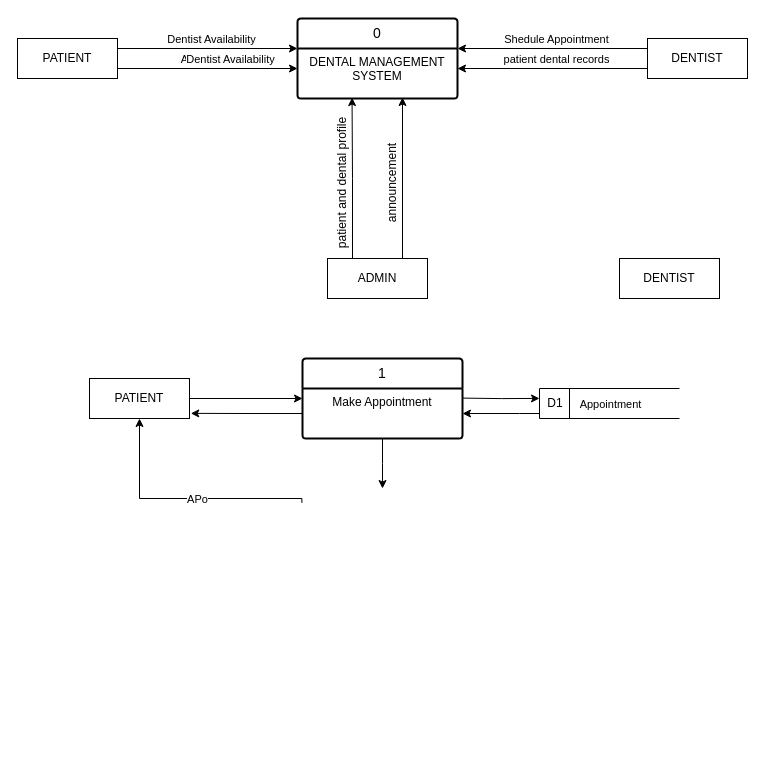
Earlier version of the draw.io diagram sem4/sd/sdtute1.drawio (maverickhewitt/notes). Source tidied: cells renumbered, new cells numbered last; positions are measured from the earlier drawing's top-left corner, leaving out a move shared by most shapes. Both pictures are drawn from the tidied source at 100%, with x=0, y=0 at pixel (17, 18).
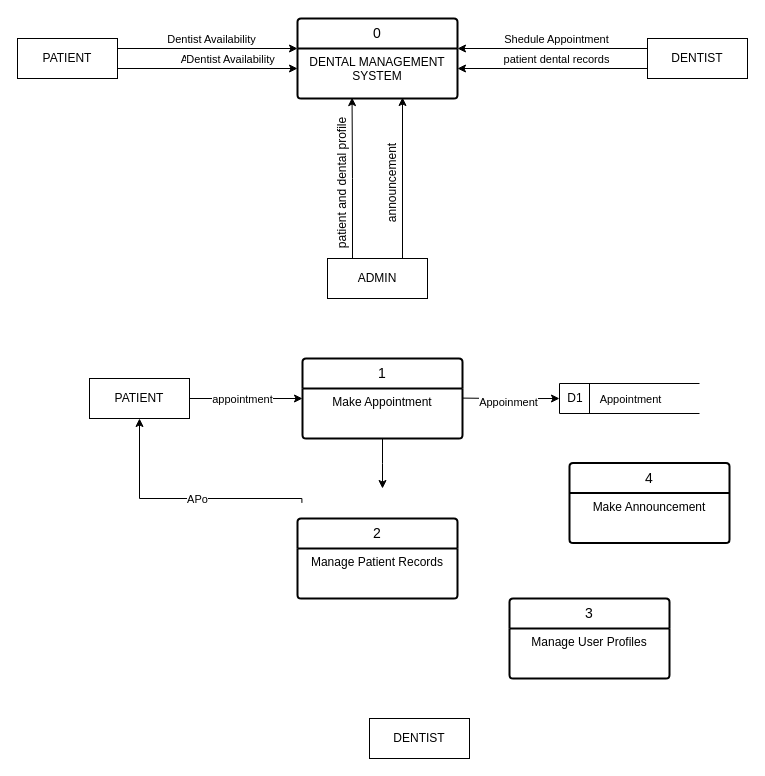
The same page after the edit.

Unchanged cells that the change refers to:
```xml
<mxCell id="19" style="edgeStyle=orthogonalEdgeStyle;rounded=0;jettySize=auto;html=1;exitX=1;exitY=0.5;exitDx=0;exitDy=0;entryX=0;entryY=0.5;entryDx=0;entryDy=0;" parent="1" edge="1" source="20" target="23">
  <mxGeometry relative="1" as="geometry" />
</mxCell>
<mxCell id="20" value="PATIENT" style="whiteSpace=wrap;html=1;align=center;" parent="1" vertex="1">
  <mxGeometry x="72" y="360" width="100" height="40" as="geometry" />
</mxCell>
<mxCell id="24" value="Make Appointment" style="align=center;strokeColor=none;fillColor=none;spacingLeft=4;spacingRight=4;fontSize=12;verticalAlign=top;html=1;whiteSpace=wrap;" parent="23" vertex="1">
  <mxGeometry y="30" width="160" height="50" as="geometry" />
</mxCell>
```

Change to the diagram source:
```diff
@@
+    <mxCell id="33" value="appointment" style="edgeLabel;html=1;align=center;verticalAlign=middle;" parent="19" vertex="1">
+      <mxGeometry x="-0.08" relative="1" as="geometry" />
+    </mxCell>
@@
     <mxCell id="21" value="DENTIST" style="whiteSpace=wrap;html=1;align=center;" parent="1" vertex="1">
-      <mxGeometry x="602" y="240" width="100" height="40" as="geometry" />
+      <mxGeometry x="352" y="700" width="100" height="40" as="geometry" />
     </mxCell>
@@
-    <mxCell id="25" style="edgeStyle=orthogonalEdgeStyle;rounded=0;jettySize=auto;html=1;entryX=1;entryY=0.5;entryDx=0;entryDy=0;" parent="1" edge="1" source="26" target="24">
-      <mxGeometry relative="1" as="geometry">
-        <Array as="points">
-          <mxPoint x="502" y="395" />
-          <mxPoint x="502" y="395" />
-        </Array>
-      </mxGeometry>
-    </mxCell>
     <mxCell id="26" value="&amp;nbsp;D1" style="html=1;dashed=0;whiteSpace=wrap;shape=mxgraph.dfd.dataStoreID;align=left;spacingLeft=3;points=[[0,0],[0.5,0],[1,0],[0,0.5],[1,0.5],[0,1],[0.5,1],[1,1]];" parent="1" vertex="1">
-      <mxGeometry x="522" y="370" width="140" height="30" as="geometry" />
+      <mxGeometry x="542" y="365" width="140" height="30" as="geometry" />
     </mxCell>
     <mxCell id="27" value="Appointment" style="edgeLabel;html=1;align=center;verticalAlign=middle;" parent="1" vertex="1">
-      <mxGeometry x="592" y="385" as="geometry" />
+      <mxGeometry x="612" y="380" as="geometry" />
     </mxCell>
-    <mxCell id="28" style="edgeStyle=orthogonalEdgeStyle;rounded=0;orthogonalLoop=1;jettySize=auto;html=1;exitX=1;exitY=0;exitDx=0;exitDy=0;entryX=-0.001;entryY=0.175;entryDx=0;entryDy=0;entryPerimeter=0;" parent="1" edge="1">
+    <mxCell id="28" style="edgeStyle=orthogonalEdgeStyle;rounded=0;jettySize=auto;html=1;exitX=1;exitY=0;exitDx=0;exitDy=0;entryX=0;entryY=0.5;entryDx=0;entryDy=0;" parent="1" edge="1" target="26">
       <mxGeometry relative="1" as="geometry">
         <mxPoint x="445.1" y="379.6" as="sourcePoint" />
-        <mxPoint x="522" y="379.9" as="targetPoint" />
       </mxGeometry>
     </mxCell>
+    <mxCell id="34" value="Appoinment" style="edgeLabel;html=1;align=center;verticalAlign=middle;" parent="28" vertex="1">
+      <mxGeometry x="-0.08" y="-3" relative="1" as="geometry" />
+    </mxCell>
@@
-    <mxCell id="30" style="edgeStyle=orthogonalEdgeStyle;rounded=0;jettySize=auto;html=1;entryX=1.013;entryY=0.872;entryDx=0;entryDy=0;entryPerimeter=0;" parent="1" edge="1" source="24" target="20">
-      <mxGeometry relative="1" as="geometry" />
-    </mxCell>
@@
+    <mxCell id="35" value="2" style="swimlane;horizontal=1;startSize=30;rounded=1;fontSize=14;fontStyle=0;strokeWidth=2;shadow=0;dashed=0;align=center;arcSize=4;whiteSpace=wrap;html=1;" parent="1" vertex="1">
+      <mxGeometry x="280" y="500" width="160" height="80" as="geometry" />
+    </mxCell>
+    <mxCell id="36" value="Manage Patient Records" style="align=center;strokeColor=none;fillColor=none;spacingLeft=4;spacingRight=4;fontSize=12;verticalAlign=top;html=1;whiteSpace=wrap;" parent="35" vertex="1">
+      <mxGeometry y="30" width="160" height="50" as="geometry" />
+    </mxCell>
+    <mxCell id="37" value="4" style="swimlane;horizontal=1;startSize=30;rounded=1;fontSize=14;fontStyle=0;strokeWidth=2;shadow=0;dashed=0;align=center;arcSize=4;whiteSpace=wrap;html=1;" parent="1" vertex="1">
+      <mxGeometry x="552" y="444.5" width="160" height="80" as="geometry" />
+    </mxCell>
+    <mxCell id="38" value="Make Announcement&lt;div&gt;&lt;br&gt;&lt;/div&gt;" style="align=center;strokeColor=none;fillColor=none;spacingLeft=4;spacingRight=4;fontSize=12;verticalAlign=top;html=1;whiteSpace=wrap;" parent="37" vertex="1">
+      <mxGeometry y="30" width="160" height="50" as="geometry" />
+    </mxCell>
+    <mxCell id="39" value="3" style="swimlane;horizontal=1;startSize=30;rounded=1;fontSize=14;fontStyle=0;strokeWidth=2;shadow=0;dashed=0;align=center;arcSize=4;whiteSpace=wrap;html=1;" parent="1" vertex="1">
+      <mxGeometry x="492" y="580" width="160" height="80" as="geometry" />
+    </mxCell>
+    <mxCell id="40" value="&lt;div&gt;Manage User Profiles&lt;/div&gt;" style="align=center;strokeColor=none;fillColor=none;spacingLeft=4;spacingRight=4;fontSize=12;verticalAlign=top;html=1;whiteSpace=wrap;" parent="39" vertex="1">
+      <mxGeometry y="30" width="160" height="50" as="geometry" />
+    </mxCell>
```
